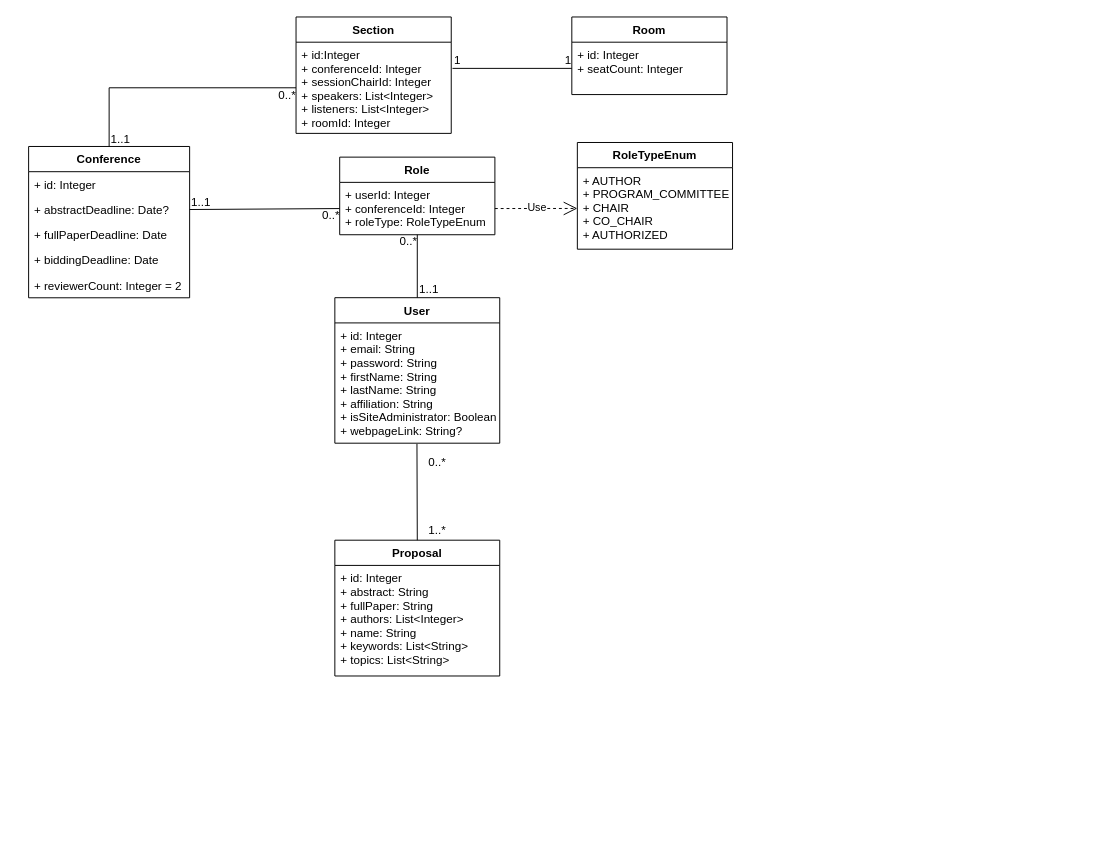
Above: page "Page-1" (1 of 4) of Documentation/Diagrams/ClassDiagram.drawio in raresica1234/ATAR-SE (draw.io), before the change. Source tidied: cells renumbered, new cells numbered last; positions are measured from the earlier drawing's top-left corner, leaving out a move shared by most shapes. Both pictures are drawn from the tidied source at 97%, with x=0, y=0 at pixel (28, 16).
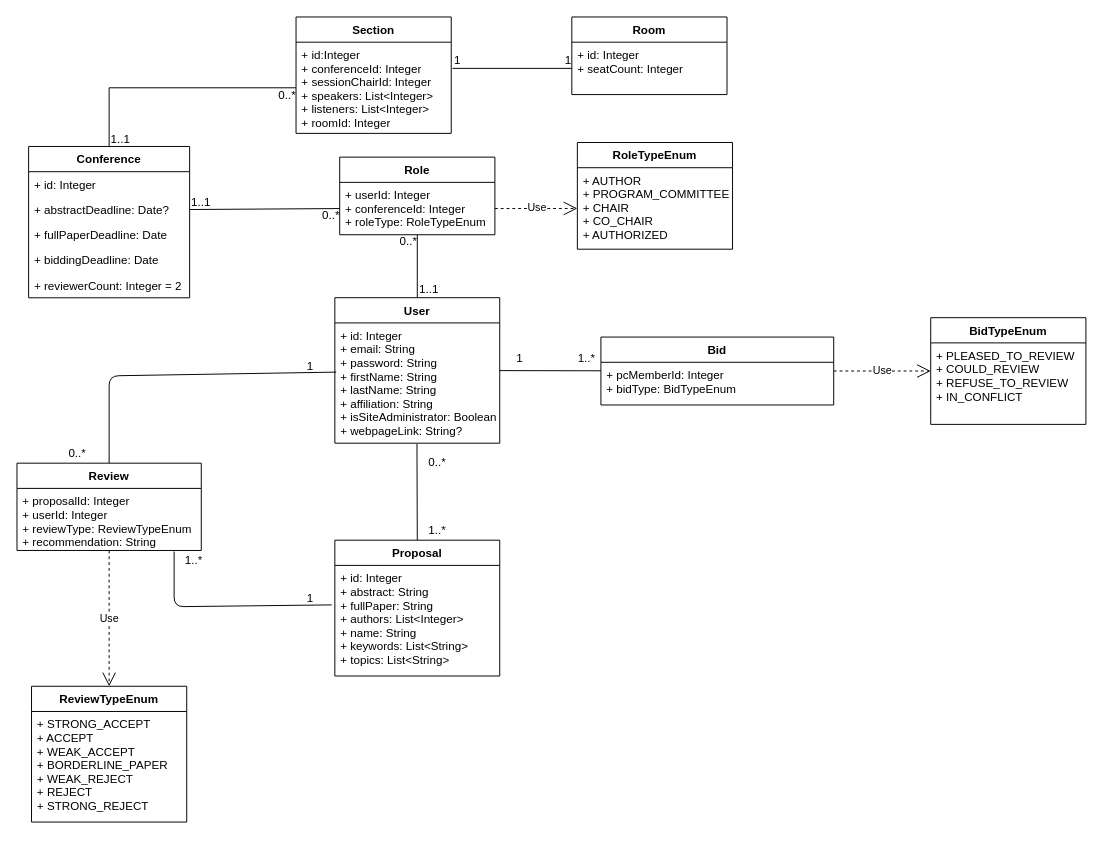
Above is the later version.

Commit message:
Moved my diagram into big diagram.

Unchanged cells that the change refers to:
```xml
<mxCell id="2" value="User" style="swimlane;fontStyle=1;align=center;verticalAlign=top;horizontal=1;startSize=26;" parent="1" vertex="1">
  <mxGeometry x="315.7" y="289.4" width="170" height="150" as="geometry" />
</mxCell>
<mxCell id="3" value="+ id: Integer&#10;+ email: String&#10;+ password: String&#10;+ firstName: String&#10;+ lastName: String&#10;+ affiliation: String&#10;+ isSiteAdministrator: Boolean&#10;+ webpageLink: String?" style="text;strokeColor=none;fillColor=none;align=left;verticalAlign=top;spacingLeft=4;spacingRight=4;overflow=hidden;points=[[0,0.5],[1,0.5]];portConstraint=eastwest;" parent="2" vertex="1">
  <mxGeometry y="26" width="170" height="124" as="geometry" />
</mxCell>
<mxCell id="20" value="+ id: Integer&#10;+ abstract: String&#10;+ fullPaper: String&#10;+ authors: List&lt;Integer&gt; &#10;+ name: String&#10;+ keywords: List&lt;String&gt;&#10;+ topics: List&lt;String&gt;" style="text;strokeColor=none;fillColor=none;align=left;verticalAlign=top;spacingLeft=4;spacingRight=4;overflow=hidden;points=[[0,0.5],[1,0.5]];portConstraint=eastwest;" parent="19" vertex="1">
  <mxGeometry y="26" width="170" height="114" as="geometry" />
</mxCell>
```

The edit, as a diff of the source:
```diff
@@
+    <mxCell id="36" value="Bid" style="swimlane;fontStyle=1;align=center;verticalAlign=top;horizontal=1;startSize=26;" parent="1" vertex="1">
+      <mxGeometry x="590" y="330" width="240" height="70" as="geometry" />
+    </mxCell>
+    <mxCell id="37" value="+ pcMemberId: Integer&#10;+ bidType: BidTypeEnum" style="text;strokeColor=none;fillColor=none;align=left;verticalAlign=top;spacingLeft=4;spacingRight=4;overflow=hidden;" parent="36" vertex="1">
+      <mxGeometry y="26" width="240" height="44" as="geometry" />
+    </mxCell>
+    <mxCell id="38" value="Review" style="swimlane;fontStyle=1;align=center;verticalAlign=top;horizontal=1;startSize=26;" parent="1" vertex="1">
+      <mxGeometry x="-12" y="460" width="190" height="90" as="geometry" />
+    </mxCell>
+    <mxCell id="39" value="+ proposalId: Integer&#10;+ userId: Integer&#10;+ reviewType: ReviewTypeEnum&#10;+ recommendation: String" style="text;strokeColor=none;fillColor=none;align=left;verticalAlign=top;spacingLeft=4;spacingRight=4;overflow=hidden;" parent="38" vertex="1">
+      <mxGeometry y="26" width="190" height="64" as="geometry" />
+    </mxCell>
+    <mxCell id="40" value="ReviewTypeEnum" style="swimlane;fontStyle=1;align=center;verticalAlign=top;horizontal=1;startSize=26;" parent="1" vertex="1">
+      <mxGeometry x="3" y="690" width="160" height="140" as="geometry" />
+    </mxCell>
+    <mxCell id="41" value="+ STRONG_ACCEPT&#10;+ ACCEPT&#10;+ WEAK_ACCEPT&#10;+ BORDERLINE_PAPER&#10;+ WEAK_REJECT&#10;+ REJECT&#10;+ STRONG_REJECT" style="text;strokeColor=none;fillColor=none;align=left;verticalAlign=top;spacingLeft=4;spacingRight=4;overflow=hidden;" parent="40" vertex="1">
+      <mxGeometry y="26" width="160" height="114" as="geometry" />
+    </mxCell>
+    <mxCell id="42" value="Use" style="endArrow=open;endSize=12;dashed=1;html=1;" parent="1" edge="1" source="38" target="40">
+      <mxGeometry relative="1" as="geometry" />
+    </mxCell>
+    <mxCell id="43" value="BidTypeEnum" style="swimlane;fontStyle=1;align=center;verticalAlign=top;horizontal=1;startSize=26;" parent="1" vertex="1">
+      <mxGeometry x="930" y="310" width="160" height="110" as="geometry" />
+    </mxCell>
+    <mxCell id="44" value="+ PLEASED_TO_REVIEW&#10;+ COULD_REVIEW&#10;+ REFUSE_TO_REVIEW&#10;+ IN_CONFLICT" style="text;strokeColor=none;fillColor=none;align=left;verticalAlign=top;spacingLeft=4;spacingRight=4;overflow=hidden;" parent="43" vertex="1">
+      <mxGeometry y="26" width="160" height="84" as="geometry" />
+    </mxCell>
+    <mxCell id="45" value="Use" style="endArrow=open;endSize=12;dashed=1;html=1;" parent="1" edge="1" source="36" target="43">
+      <mxGeometry relative="1" as="geometry" />
+    </mxCell>
+    <mxCell id="46" style="endArrow=none;html=1;" parent="1" edge="1" source="2" target="36">
+      <mxGeometry relative="1" as="geometry" />
+    </mxCell>
+    <mxCell id="47" value="1" style="text;html=1;align=center;verticalAlign=middle;" parent="1" vertex="1">
+      <mxGeometry x="495.7" y="341.5" width="20" height="20" as="geometry" />
+    </mxCell>
+    <mxCell id="48" value="1..*" style="text;html=1;align=center;verticalAlign=middle;" parent="1" vertex="1">
+      <mxGeometry x="560" y="341.5" width="30" height="20" as="geometry" />
+    </mxCell>
+    <mxCell id="49" style="endArrow=none;html=1;entryX=0.008;entryY=0.409;entryDx=0;entryDy=0;entryPerimeter=0;" parent="1" edge="1" source="38" target="3">
+      <mxGeometry relative="1" as="geometry">
+        <Array as="points">
+          <mxPoint x="83" y="370" />
+        </Array>
+      </mxGeometry>
+    </mxCell>
+    <mxCell id="50" style="endArrow=none;html=1;entryX=-0.019;entryY=0.357;entryDx=0;entryDy=0;entryPerimeter=0;" parent="1" edge="1" target="20">
+      <mxGeometry relative="1" as="geometry">
+        <mxPoint x="150" y="551" as="sourcePoint" />
+        <Array as="points">
+          <mxPoint x="150" y="608" />
+        </Array>
+      </mxGeometry>
+    </mxCell>
+    <mxCell id="51" value="1" style="text;html=1;align=center;verticalAlign=middle;" parent="1" vertex="1">
+      <mxGeometry x="280" y="350" width="20" height="20" as="geometry" />
+    </mxCell>
+    <mxCell id="52" value="0..*" style="text;html=1;align=center;verticalAlign=middle;" parent="1" vertex="1">
+      <mxGeometry x="35" y="440" width="30" height="20" as="geometry" />
+    </mxCell>
+    <mxCell id="53" value="1" style="text;html=1;align=center;verticalAlign=middle;" parent="1" vertex="1">
+      <mxGeometry x="280" y="590" width="20" height="20" as="geometry" />
+    </mxCell>
+    <mxCell id="54" value="1..*" style="text;html=1;align=center;verticalAlign=middle;" parent="1" vertex="1">
+      <mxGeometry x="155" y="550" width="30" height="20" as="geometry" />
+    </mxCell>
```
